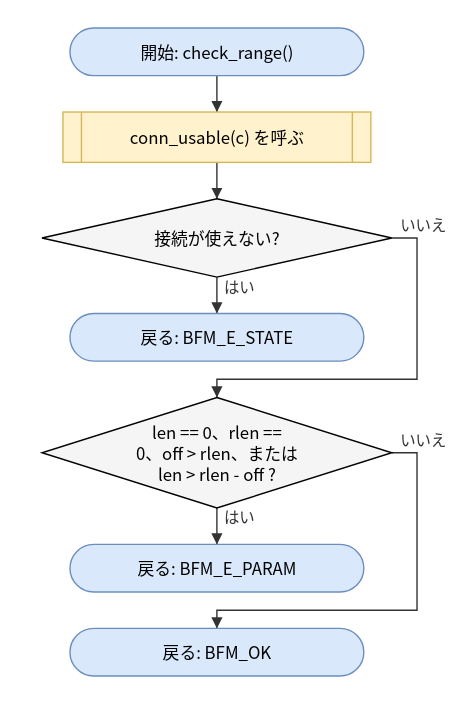
Earlier version of the draw.io export doc/spec/images/flow_src_bfm_ops-check_range.drawio.svg (hf355051012-ai/bfmem). Source tidied: cells renumbered, new cells last; positions are measured from the earlier drawing's top-left corner, leaving out a move shared by most shapes. The source it was exported from:
```xml
<mxGraphModel>
  <root>
    <mxCell id="0" />
    <mxCell id="1" parent="0" />
    <mxCell id="2" value="開始: check_range()" style="rounded=1;arcSize=50;whiteSpace=wrap;html=1;fillColor=#dae8fc;strokeColor=#6c8ebf;" parent="1" vertex="1">
      <mxGeometry x="20" width="210" height="34" as="geometry" />
    </mxCell>
    <mxCell id="3" value="conn_usable(c) を呼ぶ" style="shape=process;whiteSpace=wrap;html=1;backgroundOutline=1;size=0.06;fillColor=#fff2cc;strokeColor=#d6b656;" parent="1" vertex="1">
      <mxGeometry x="15" y="60" width="220" height="36" as="geometry" />
    </mxCell>
    <mxCell id="4" value="接続が使えない?" style="rhombus;whiteSpace=wrap;html=1;fillColor=#f5f5f5;" parent="1" vertex="1">
      <mxGeometry y="122" width="250" height="56" as="geometry" />
    </mxCell>
    <mxCell id="5" value="戻る: BFM_E_STATE" style="rounded=1;arcSize=50;whiteSpace=wrap;html=1;fillColor=#dae8fc;strokeColor=#6c8ebf;" parent="1" vertex="1">
      <mxGeometry x="20" y="204" width="210" height="34" as="geometry" />
    </mxCell>
    <mxCell id="6" value="len == 0、rlen ==&lt;br&gt;0、off &amp;gt; rlen、または&lt;br&gt;len &amp;gt; rlen - off ?" style="rhombus;whiteSpace=wrap;html=1;fillColor=#f5f5f5;" parent="1" vertex="1">
      <mxGeometry y="264" width="250" height="79" as="geometry" />
    </mxCell>
    <mxCell id="7" value="戻る: BFM_E_PARAM" style="rounded=1;arcSize=50;whiteSpace=wrap;html=1;fillColor=#dae8fc;strokeColor=#6c8ebf;" parent="1" vertex="1">
      <mxGeometry x="20" y="369" width="210" height="34" as="geometry" />
    </mxCell>
    <mxCell id="8" value="戻る: BFM_OK" style="rounded=1;arcSize=50;whiteSpace=wrap;html=1;fillColor=#dae8fc;strokeColor=#6c8ebf;" parent="1" vertex="1">
      <mxGeometry x="20" y="429" width="210" height="34" as="geometry" />
    </mxCell>
    <mxCell id="9" style="edgeStyle=none;html=1;rounded=0;endArrow=block;endFill=1;exitX=0.5000;exitY=1.0000;exitDx=0;exitDy=0;exitPerimeter=0;entryX=0.5000;entryY=0.0000;entryDx=0;entryDy=0;entryPerimeter=0;" parent="1" edge="1" source="2" target="3">
      <mxGeometry relative="1" as="geometry" />
    </mxCell>
    <mxCell id="10" style="edgeStyle=none;html=1;rounded=0;endArrow=block;endFill=1;exitX=0.5000;exitY=1.0000;exitDx=0;exitDy=0;exitPerimeter=0;entryX=0.5000;entryY=0.0000;entryDx=0;entryDy=0;entryPerimeter=0;" parent="1" edge="1" source="3" target="4">
      <mxGeometry relative="1" as="geometry" />
    </mxCell>
    <mxCell id="11" value="はい" style="edgeStyle=none;html=1;rounded=0;endArrow=block;endFill=1;exitX=0.5000;exitY=1.0000;exitDx=0;exitDy=0;exitPerimeter=0;entryX=0.5000;entryY=0.0000;entryDx=0;entryDy=0;entryPerimeter=0;" parent="1" edge="1" source="4" target="5">
      <mxGeometry relative="1" as="geometry" />
    </mxCell>
    <mxCell id="12" value="いいえ" style="edgeStyle=none;html=1;rounded=0;endArrow=block;endFill=1;exitX=1.0000;exitY=0.5000;exitDx=0;exitDy=0;exitPerimeter=0;entryX=0.5000;entryY=0.0000;entryDx=0;entryDy=0;entryPerimeter=0;" parent="1" edge="1" source="4" target="6">
      <mxGeometry relative="1" as="geometry">
        <Array as="points">
          <mxPoint x="268" y="150" />
          <mxPoint x="268" y="251" />
          <mxPoint x="125" y="251" />
        </Array>
      </mxGeometry>
    </mxCell>
    <mxCell id="13" value="はい" style="edgeStyle=none;html=1;rounded=0;endArrow=block;endFill=1;exitX=0.5000;exitY=1.0000;exitDx=0;exitDy=0;exitPerimeter=0;entryX=0.5000;entryY=0.0000;entryDx=0;entryDy=0;entryPerimeter=0;" parent="1" edge="1" source="6" target="7">
      <mxGeometry relative="1" as="geometry" />
    </mxCell>
    <mxCell id="14" value="いいえ" style="edgeStyle=none;html=1;rounded=0;endArrow=block;endFill=1;exitX=1.0000;exitY=0.5000;exitDx=0;exitDy=0;exitPerimeter=0;entryX=0.5000;entryY=0.0000;entryDx=0;entryDy=0;entryPerimeter=0;" parent="1" edge="1" source="6" target="8">
      <mxGeometry relative="1" as="geometry">
        <Array as="points">
          <mxPoint x="268" y="303.5" />
          <mxPoint x="268" y="416" />
          <mxPoint x="125" y="416" />
        </Array>
      </mxGeometry>
    </mxCell>
  </root>
</mxGraphModel>
```
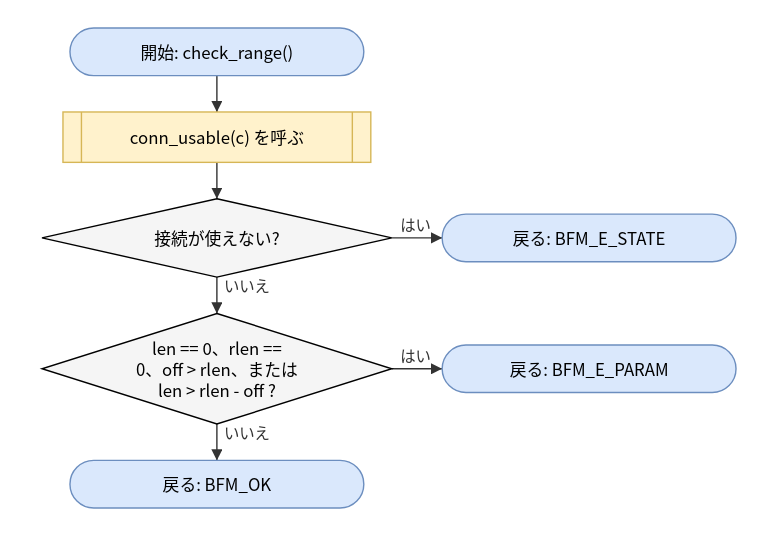
The same diagram one commit later.

Change to the diagram source:
```diff
@@ -12,16 +12,16 @@
       <mxGeometry y="122" width="250" height="56" as="geometry" />
     </mxCell>
     <mxCell id="5" value="戻る: BFM_E_STATE" style="rounded=1;arcSize=50;whiteSpace=wrap;html=1;fillColor=#dae8fc;strokeColor=#6c8ebf;" parent="1" vertex="1">
-      <mxGeometry x="20" y="204" width="210" height="34" as="geometry" />
+      <mxGeometry x="286" y="133" width="210" height="34" as="geometry" />
     </mxCell>
     <mxCell id="6" value="len == 0、rlen ==&lt;br&gt;0、off &amp;gt; rlen、または&lt;br&gt;len &amp;gt; rlen - off ?" style="rhombus;whiteSpace=wrap;html=1;fillColor=#f5f5f5;" parent="1" vertex="1">
-      <mxGeometry y="264" width="250" height="79" as="geometry" />
+      <mxGeometry y="204" width="250" height="79" as="geometry" />
     </mxCell>
     <mxCell id="7" value="戻る: BFM_E_PARAM" style="rounded=1;arcSize=50;whiteSpace=wrap;html=1;fillColor=#dae8fc;strokeColor=#6c8ebf;" parent="1" vertex="1">
-      <mxGeometry x="20" y="369" width="210" height="34" as="geometry" />
+      <mxGeometry x="286" y="226.5" width="210" height="34" as="geometry" />
     </mxCell>
     <mxCell id="8" value="戻る: BFM_OK" style="rounded=1;arcSize=50;whiteSpace=wrap;html=1;fillColor=#dae8fc;strokeColor=#6c8ebf;" parent="1" vertex="1">
-      <mxGeometry x="20" y="429" width="210" height="34" as="geometry" />
+      <mxGeometry x="20" y="309" width="210" height="34" as="geometry" />
     </mxCell>
     <mxCell id="9" style="edgeStyle=none;html=1;rounded=0;endArrow=block;endFill=1;exitX=0.5000;exitY=1.0000;exitDx=0;exitDy=0;exitPerimeter=0;entryX=0.5000;entryY=0.0000;entryDx=0;entryDy=0;entryPerimeter=0;" parent="1" edge="1" source="2" target="3">
       <mxGeometry relative="1" as="geometry" />
@@ -29,29 +29,17 @@
     <mxCell id="10" style="edgeStyle=none;html=1;rounded=0;endArrow=block;endFill=1;exitX=0.5000;exitY=1.0000;exitDx=0;exitDy=0;exitPerimeter=0;entryX=0.5000;entryY=0.0000;entryDx=0;entryDy=0;entryPerimeter=0;" parent="1" edge="1" source="3" target="4">
       <mxGeometry relative="1" as="geometry" />
     </mxCell>
-    <mxCell id="11" value="はい" style="edgeStyle=none;html=1;rounded=0;endArrow=block;endFill=1;exitX=0.5000;exitY=1.0000;exitDx=0;exitDy=0;exitPerimeter=0;entryX=0.5000;entryY=0.0000;entryDx=0;entryDy=0;entryPerimeter=0;" parent="1" edge="1" source="4" target="5">
+    <mxCell id="11" value="はい" style="edgeStyle=none;html=1;rounded=0;endArrow=block;endFill=1;exitX=1.0000;exitY=0.5000;exitDx=0;exitDy=0;exitPerimeter=0;entryX=0.0000;entryY=0.5000;entryDx=0;entryDy=0;entryPerimeter=0;" parent="1" edge="1" source="4" target="5">
       <mxGeometry relative="1" as="geometry" />
     </mxCell>
-    <mxCell id="12" value="いいえ" style="edgeStyle=none;html=1;rounded=0;endArrow=block;endFill=1;exitX=1.0000;exitY=0.5000;exitDx=0;exitDy=0;exitPerimeter=0;entryX=0.5000;entryY=0.0000;entryDx=0;entryDy=0;entryPerimeter=0;" parent="1" edge="1" source="4" target="6">
-      <mxGeometry relative="1" as="geometry">
-        <Array as="points">
-          <mxPoint x="268" y="150" />
-          <mxPoint x="268" y="251" />
-          <mxPoint x="125" y="251" />
-        </Array>
-      </mxGeometry>
+    <mxCell id="12" value="いいえ" style="edgeStyle=none;html=1;rounded=0;endArrow=block;endFill=1;exitX=0.5000;exitY=1.0000;exitDx=0;exitDy=0;exitPerimeter=0;entryX=0.5000;entryY=0.0000;entryDx=0;entryDy=0;entryPerimeter=0;" parent="1" edge="1" source="4" target="6">
+      <mxGeometry relative="1" as="geometry" />
     </mxCell>
-    <mxCell id="13" value="はい" style="edgeStyle=none;html=1;rounded=0;endArrow=block;endFill=1;exitX=0.5000;exitY=1.0000;exitDx=0;exitDy=0;exitPerimeter=0;entryX=0.5000;entryY=0.0000;entryDx=0;entryDy=0;entryPerimeter=0;" parent="1" edge="1" source="6" target="7">
+    <mxCell id="13" value="はい" style="edgeStyle=none;html=1;rounded=0;endArrow=block;endFill=1;exitX=1.0000;exitY=0.5000;exitDx=0;exitDy=0;exitPerimeter=0;entryX=0.0000;entryY=0.5000;entryDx=0;entryDy=0;entryPerimeter=0;" parent="1" edge="1" source="6" target="7">
       <mxGeometry relative="1" as="geometry" />
     </mxCell>
-    <mxCell id="14" value="いいえ" style="edgeStyle=none;html=1;rounded=0;endArrow=block;endFill=1;exitX=1.0000;exitY=0.5000;exitDx=0;exitDy=0;exitPerimeter=0;entryX=0.5000;entryY=0.0000;entryDx=0;entryDy=0;entryPerimeter=0;" parent="1" edge="1" source="6" target="8">
-      <mxGeometry relative="1" as="geometry">
-        <Array as="points">
-          <mxPoint x="268" y="303.5" />
-          <mxPoint x="268" y="416" />
-          <mxPoint x="125" y="416" />
-        </Array>
-      </mxGeometry>
+    <mxCell id="14" value="いいえ" style="edgeStyle=none;html=1;rounded=0;endArrow=block;endFill=1;exitX=0.5000;exitY=1.0000;exitDx=0;exitDy=0;exitPerimeter=0;entryX=0.5000;entryY=0.0000;entryDx=0;entryDy=0;entryPerimeter=0;" parent="1" edge="1" source="6" target="8">
+      <mxGeometry relative="1" as="geometry" />
     </mxCell>
   </root>
 </mxGraphModel>
```
